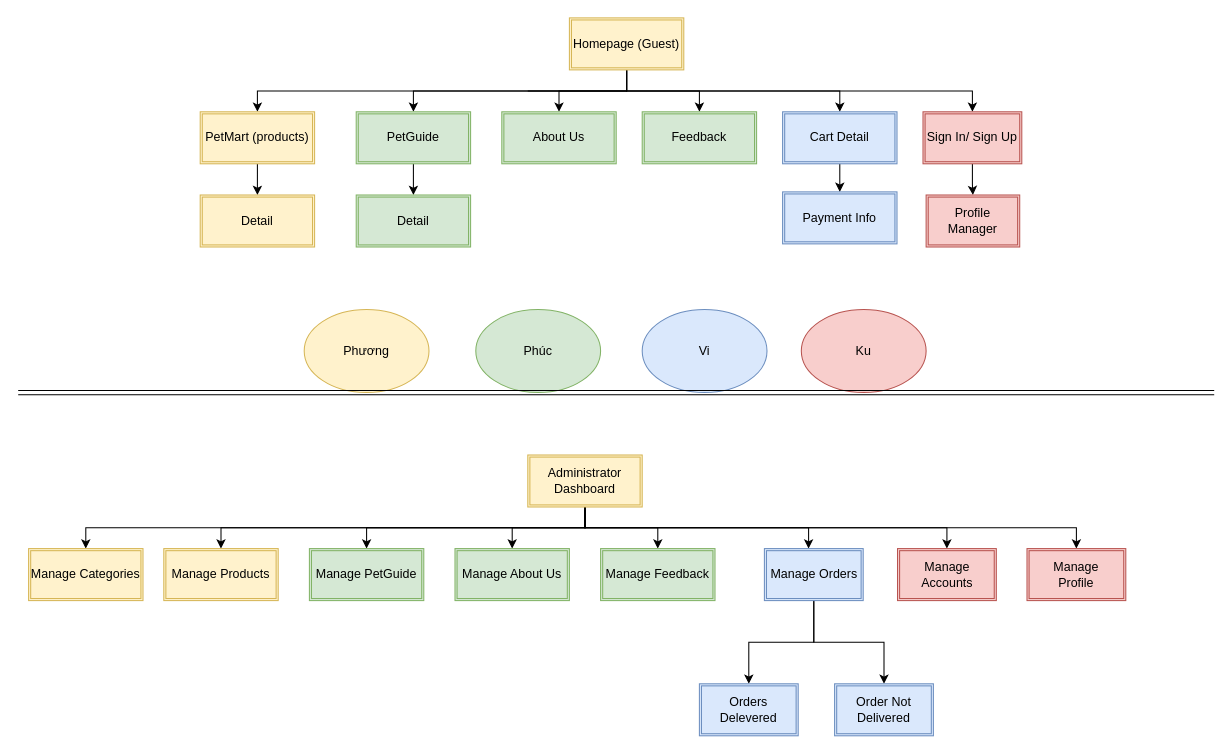
Earlier version of the draw.io diagram page "Site Map" (1 of 7) of Documents/Diagrams/Overrall-Design.drawio (duyphuong403/PetCare). Source tidied: cells renumbered, new cells numbered last; positions are measured from the earlier drawing's top-left corner, leaving out a move shared by most shapes. Both pictures are drawn from the tidied source at 104%, with x=0, y=0 at pixel (18, 18).
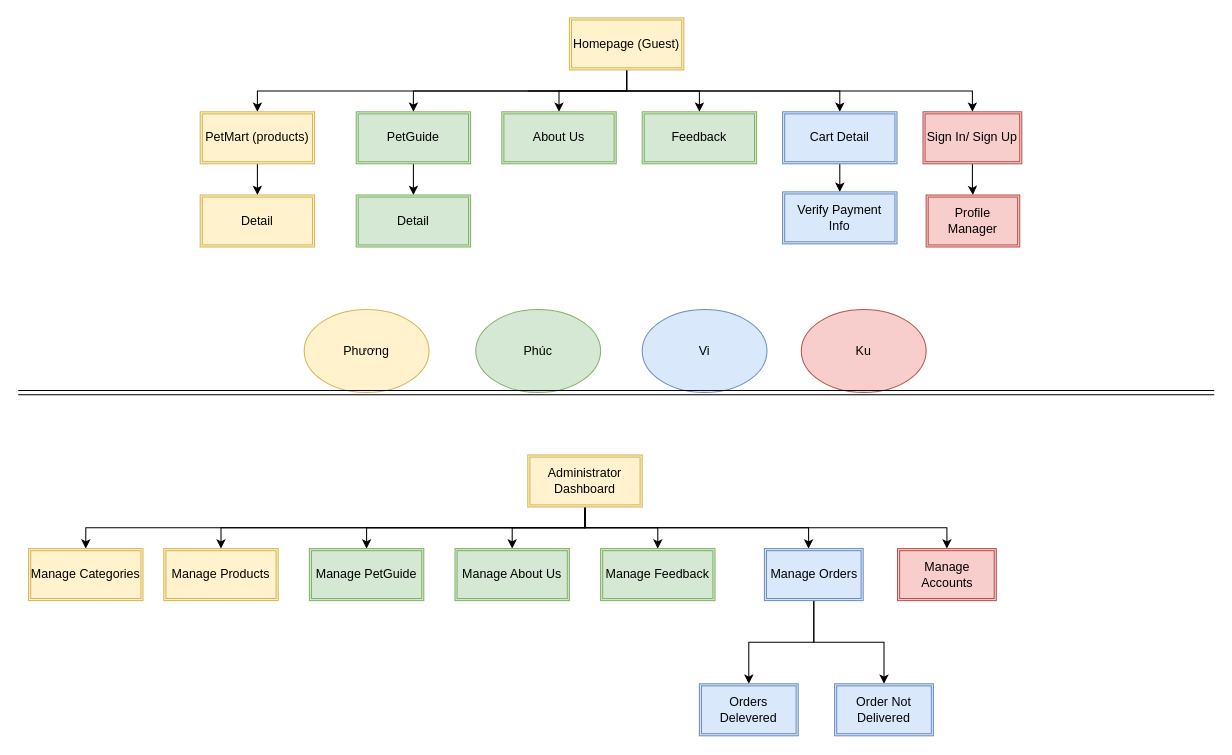
Above is the later version.

The change refers to these unchanged cells:
```xml
<mxCell id="30" value="Administrator Dashboard" style="shape=ext;double=1;rounded=0;whiteSpace=wrap;html=1;fillColor=#fff2cc;strokeColor=#d6b656;" parent="1" vertex="1">
  <mxGeometry x="490" y="420" width="110" height="50" as="geometry" />
</mxCell>
```

What changed in the source:
```diff
@@
-    <mxCell id="21" value="Payment Info" style="shape=ext;double=1;rounded=0;whiteSpace=wrap;html=1;fillColor=#dae8fc;strokeColor=#6c8ebf;" parent="1" vertex="1">
+    <mxCell id="21" value="Verify Payment Info" style="shape=ext;double=1;rounded=0;whiteSpace=wrap;html=1;fillColor=#dae8fc;strokeColor=#6c8ebf;" parent="1" vertex="1">
       <mxGeometry x="735" y="167" width="110" height="50" as="geometry" />
     </mxCell>
@@
-    <mxCell id="29" style="edgeStyle=orthogonalEdgeStyle;rounded=0;jettySize=auto;html=1;entryX=0.5;entryY=0;entryDx=0;entryDy=0;" parent="1" edge="1" source="30" target="47">
-      <mxGeometry relative="1" as="geometry">
-        <Array as="points">
-          <mxPoint x="545" y="490" />
-          <mxPoint x="1017" y="490" />
-        </Array>
-      </mxGeometry>
-    </mxCell>
@@
-    <mxCell id="47" value="Manage &lt;br&gt;Profile" style="shape=ext;double=1;rounded=0;whiteSpace=wrap;html=1;fillColor=#f8cecc;strokeColor=#b85450;" parent="1" vertex="1">
-      <mxGeometry x="970" y="510" width="95" height="50" as="geometry" />
-    </mxCell>
```
